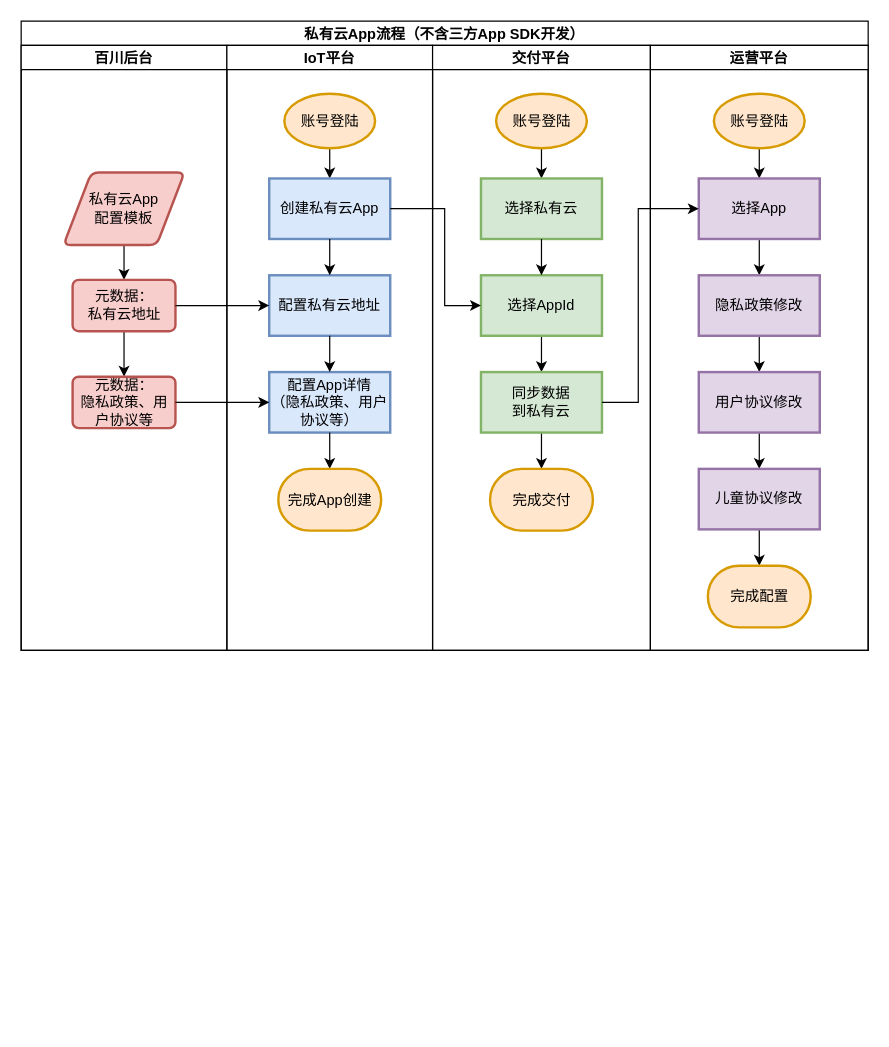
Above: page "app开发流程" (2 of 2) of Cube_workflow.drawio in Sidamor/drawio (draw.io), before the change. Source tidied: cells renumbered, new cells numbered last; positions are measured from the earlier drawing's top-left corner, leaving out a move shared by most shapes. Both pictures are drawn from the tidied source at 121%, with x=0, y=0 at pixel (21, 21).
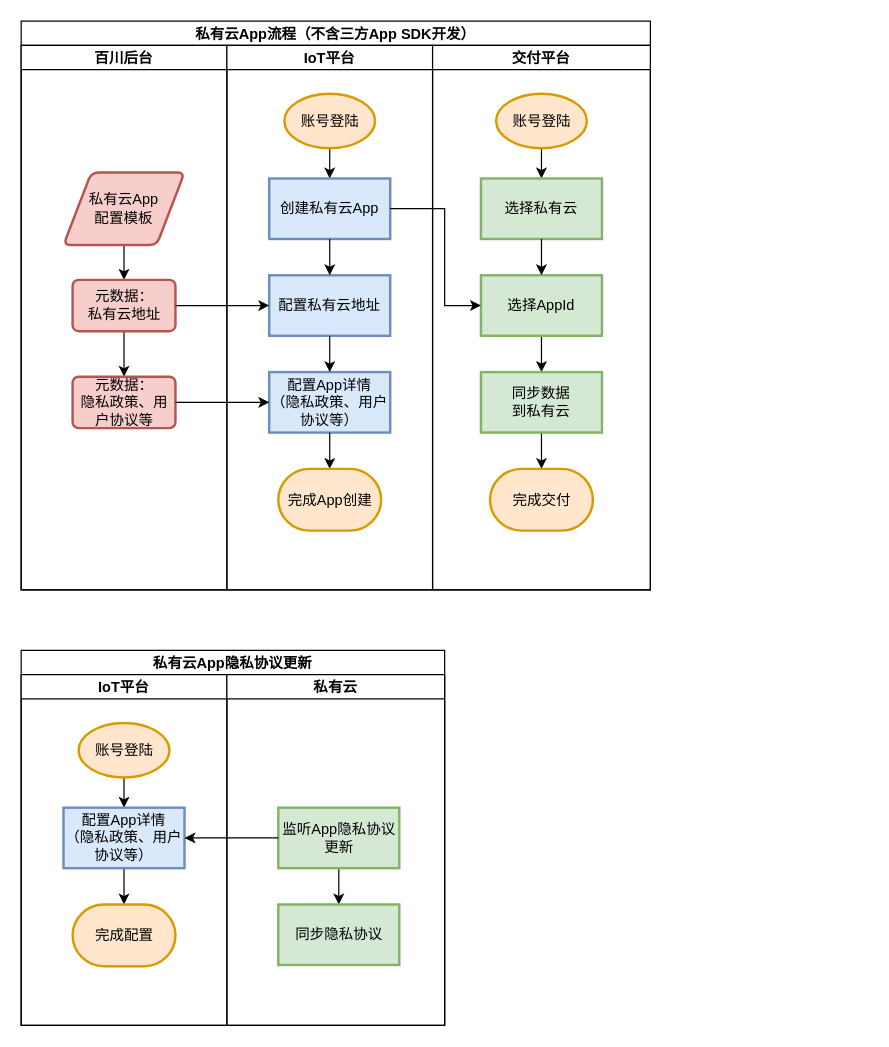
The same page after the edit.

The change refers to these unchanged cells:
```xml
<mxCell id="27" value="同步数据&lt;br&gt;到私有云" style="whiteSpace=wrap;html=1;fillColor=#d5e8d4;strokeColor=#82b366;strokeWidth=2;" parent="19" vertex="1">
  <mxGeometry x="40" y="270" width="100" height="50" as="geometry" />
</mxCell>
```

Diff of the diagram source:
```diff
@@
     <mxCell id="2" value="私有云App流程（不含三方App SDK开发）" style="swimlane;startSize=20;" parent="1" vertex="1">
-      <mxGeometry width="700" height="520" as="geometry" />
+      <mxGeometry width="520" height="470" as="geometry" />
     </mxCell>
     <mxCell id="3" value="百川后台" style="swimlane;startSize=20;" parent="2" vertex="1">
-      <mxGeometry y="20" width="170" height="500" as="geometry" />
+      <mxGeometry y="20" width="170" height="450" as="geometry" />
     </mxCell>
@@
     <mxCell id="9" value="IoT平台" style="swimlane;startSize=20;" parent="2" vertex="1">
-      <mxGeometry x="170" y="20" width="170" height="500" as="geometry" />
+      <mxGeometry x="170" y="20" width="170" height="450" as="geometry" />
     </mxCell>
@@
     <mxCell id="19" value="交付平台" style="swimlane;startSize=20;" parent="2" vertex="1">
-      <mxGeometry x="340" y="20" width="180" height="500" as="geometry" />
+      <mxGeometry x="340" y="20" width="180" height="450" as="geometry" />
     </mxCell>
@@
-    <mxCell id="29" value="运营平台" style="swimlane;startSize=20;" parent="2" vertex="1">
-      <mxGeometry x="520" y="20" width="180" height="500" as="geometry" />
-    </mxCell>
-    <mxCell id="30" style="edgeStyle=none;rounded=0;jettySize=auto;html=1;exitX=0.5;exitY=1;exitDx=0;exitDy=0;exitPerimeter=0;entryX=0.5;entryY=0;entryDx=0;entryDy=0;startArrow=none;startFill=0;endArrow=classic;endFill=1;" parent="29" edge="1" source="31" target="33">
-      <mxGeometry relative="1" as="geometry" />
-    </mxCell>
-    <mxCell id="31" value="账号登陆" style="strokeWidth=2;html=1;shape=mxgraph.flowchart.start_1;whiteSpace=wrap;fillColor=#ffe6cc;strokeColor=#d79b00;" parent="29" vertex="1">
-      <mxGeometry x="52.5" y="40" width="75" height="45" as="geometry" />
-    </mxCell>
-    <mxCell id="32" style="edgeStyle=none;rounded=0;jettySize=auto;html=1;startArrow=none;startFill=0;endArrow=classic;endFill=1;" parent="29" edge="1" source="33" target="35">
-      <mxGeometry relative="1" as="geometry" />
-    </mxCell>
-    <mxCell id="33" value="选择App" style="whiteSpace=wrap;html=1;fillColor=#e1d5e7;strokeColor=#9673a6;strokeWidth=2;" parent="29" vertex="1">
-      <mxGeometry x="40" y="110" width="100" height="50" as="geometry" />
-    </mxCell>
-    <mxCell id="34" style="edgeStyle=none;rounded=0;jettySize=auto;html=1;startArrow=none;startFill=0;endArrow=classic;endFill=1;" parent="29" edge="1" source="35" target="37">
-      <mxGeometry relative="1" as="geometry" />
-    </mxCell>
-    <mxCell id="35" value="隐私政策修改" style="whiteSpace=wrap;html=1;fillColor=#e1d5e7;strokeColor=#9673a6;strokeWidth=2;" parent="29" vertex="1">
-      <mxGeometry x="40" y="190" width="100" height="50" as="geometry" />
-    </mxCell>
-    <mxCell id="36" style="edgeStyle=none;rounded=0;jettySize=auto;html=1;startArrow=none;startFill=0;endArrow=classic;endFill=1;" parent="29" edge="1" source="37" target="39">
-      <mxGeometry relative="1" as="geometry" />
-    </mxCell>
-    <mxCell id="37" value="用户协议修改" style="whiteSpace=wrap;html=1;fillColor=#e1d5e7;strokeColor=#9673a6;strokeWidth=2;" parent="29" vertex="1">
-      <mxGeometry x="40" y="270" width="100" height="50" as="geometry" />
-    </mxCell>
-    <mxCell id="38" style="edgeStyle=none;rounded=0;jettySize=auto;html=1;exitX=0.5;exitY=1;exitDx=0;exitDy=0;startArrow=none;startFill=0;endArrow=classic;endFill=1;" parent="29" edge="1" source="39" target="40">
-      <mxGeometry relative="1" as="geometry" />
-    </mxCell>
-    <mxCell id="39" value="儿童协议修改" style="whiteSpace=wrap;html=1;fillColor=#e1d5e7;strokeColor=#9673a6;strokeWidth=2;" parent="29" vertex="1">
-      <mxGeometry x="40" y="350" width="100" height="50" as="geometry" />
-    </mxCell>
-    <mxCell id="40" value="完成配置" style="strokeWidth=2;html=1;shape=mxgraph.flowchart.terminator;whiteSpace=wrap;fillColor=#ffe6cc;strokeColor=#d79b00;" parent="29" vertex="1">
-      <mxGeometry x="47.5" y="430" width="85" height="51" as="geometry" />
-    </mxCell>
@@
-    <mxCell id="44" style="edgeStyle=orthogonalEdgeStyle;rounded=0;jettySize=auto;html=1;exitX=1;exitY=0.5;exitDx=0;exitDy=0;entryX=0;entryY=0.5;entryDx=0;entryDy=0;startArrow=none;startFill=0;endArrow=classic;endFill=1;" parent="2" edge="1" source="27" target="33">
-      <mxGeometry relative="1" as="geometry">
-        <Array as="points">
-          <mxPoint x="510" y="315" />
-          <mxPoint x="510" y="155" />
-        </Array>
-      </mxGeometry>
-    </mxCell>
+    <mxCell id="45" value="私有云App隐私协议更新" style="swimlane;startSize=20;" parent="1" vertex="1">
+      <mxGeometry y="520" width="350" height="310" as="geometry" />
+    </mxCell>
+    <mxCell id="46" value="IoT平台" style="swimlane;startSize=20;" parent="45" vertex="1">
+      <mxGeometry y="20" width="170" height="290" as="geometry" />
+    </mxCell>
+    <mxCell id="47" style="edgeStyle=none;rounded=0;jettySize=auto;html=1;endArrow=classic;endFill=1;startArrow=none;startFill=0;" parent="46" edge="1" source="31">
+      <mxGeometry relative="1" as="geometry">
+        <mxPoint x="85" y="110" as="targetPoint" />
+      </mxGeometry>
+    </mxCell>
+    <mxCell id="31" value="账号登陆" style="strokeWidth=2;html=1;shape=mxgraph.flowchart.start_1;whiteSpace=wrap;fillColor=#ffe6cc;strokeColor=#d79b00;" parent="46" vertex="1">
+      <mxGeometry x="47.5" y="40" width="75" height="45" as="geometry" />
+    </mxCell>
+    <mxCell id="48" style="edgeStyle=orthogonalEdgeStyle;rounded=0;jettySize=auto;html=1;startArrow=none;startFill=0;endArrow=classic;endFill=1;" parent="46" edge="1" source="49" target="40">
+      <mxGeometry relative="1" as="geometry" />
+    </mxCell>
+    <mxCell id="49" value="配置App详情&lt;br&gt;（隐私政策、用户协议等）" style="whiteSpace=wrap;html=1;fillColor=#dae8fc;strokeColor=#6c8ebf;strokeWidth=2;" parent="46" vertex="1">
+      <mxGeometry x="35" y="110" width="100" height="50" as="geometry" />
+    </mxCell>
+    <mxCell id="40" value="完成配置" style="strokeWidth=2;html=1;shape=mxgraph.flowchart.terminator;whiteSpace=wrap;fillColor=#ffe6cc;strokeColor=#d79b00;" parent="46" vertex="1">
+      <mxGeometry x="42.5" y="190" width="85" height="51" as="geometry" />
+    </mxCell>
+    <mxCell id="50" value="私有云" style="swimlane;startSize=20;" parent="45" vertex="1">
+      <mxGeometry x="170" y="20" width="180" height="290" as="geometry" />
+    </mxCell>
+    <mxCell id="51" style="edgeStyle=orthogonalEdgeStyle;rounded=0;jettySize=auto;html=1;startArrow=none;startFill=0;endArrow=classic;endFill=1;" parent="50" edge="1" source="52" target="53">
+      <mxGeometry relative="1" as="geometry" />
+    </mxCell>
+    <mxCell id="52" value="监听App隐私协议更新" style="whiteSpace=wrap;html=1;fillColor=#d5e8d4;strokeColor=#82b366;strokeWidth=2;" parent="50" vertex="1">
+      <mxGeometry x="42.5" y="110" width="100" height="50" as="geometry" />
+    </mxCell>
+    <mxCell id="53" value="同步隐私协议" style="whiteSpace=wrap;html=1;fillColor=#d5e8d4;strokeColor=#82b366;strokeWidth=2;" parent="50" vertex="1">
+      <mxGeometry x="42.5" y="190" width="100" height="50" as="geometry" />
+    </mxCell>
+    <mxCell id="54" style="edgeStyle=orthogonalEdgeStyle;rounded=0;jettySize=auto;html=1;startArrow=none;startFill=0;endArrow=classic;endFill=1;" parent="45" edge="1" source="52" target="49">
+      <mxGeometry relative="1" as="geometry" />
+    </mxCell>
```
